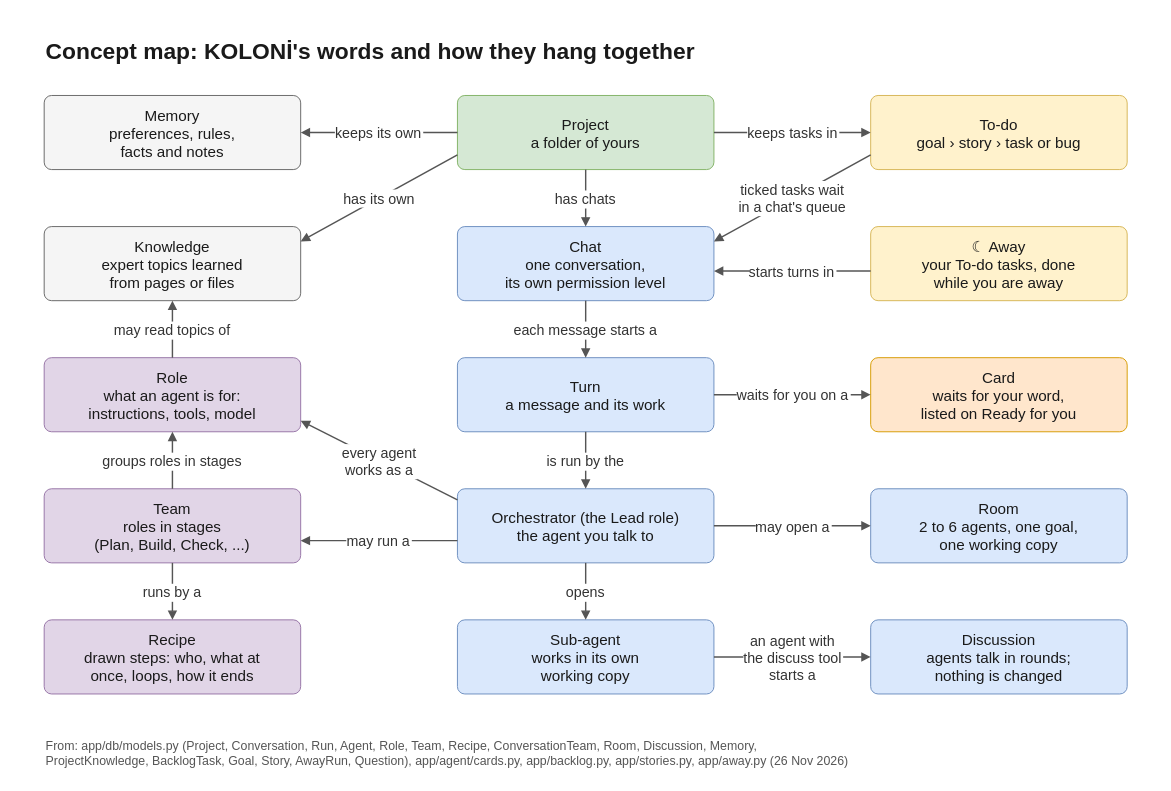
Above: docs/diagrams/concept-map.drawio in flyingriverhorse/Koloni (draw.io), before the change. Source tidied: cells renumbered, new cells numbered last; positions are measured from the earlier drawing's top-left corner, leaving out a move shared by most shapes. Both pictures are drawn from the tidied source at 95%, with x=0, y=0 at pixel (15, 15).
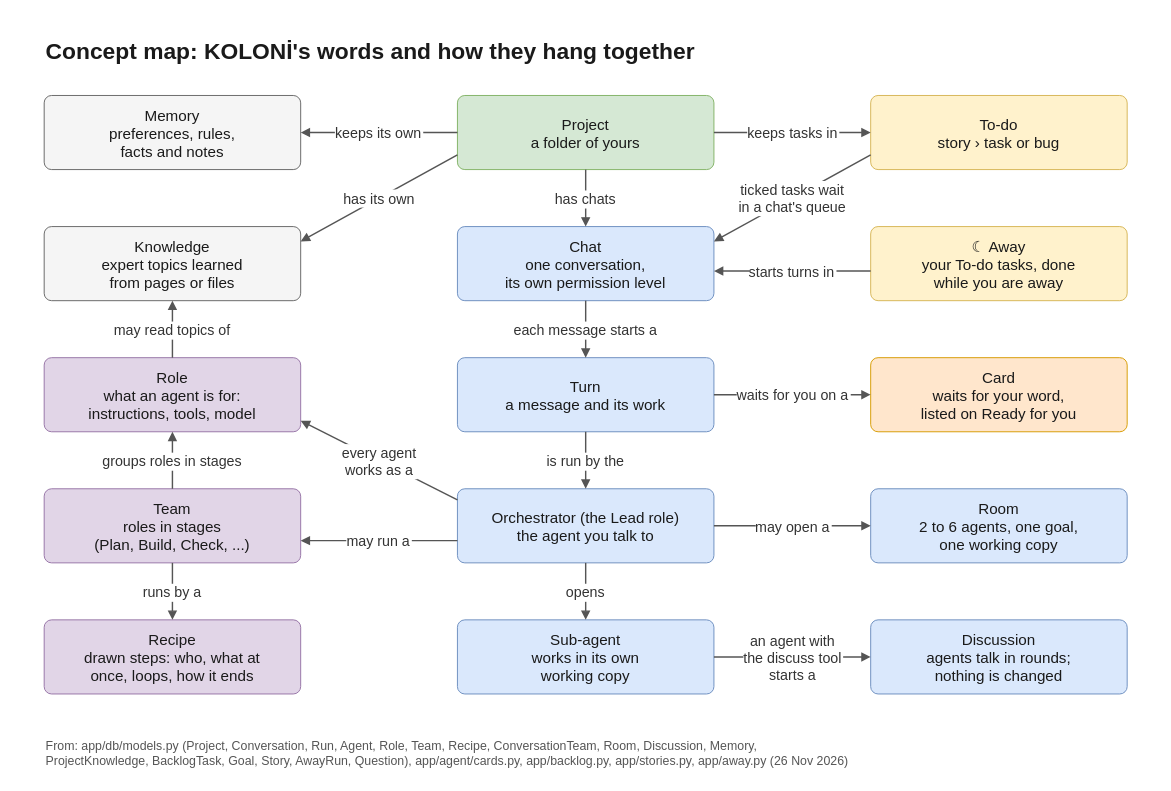
Above is the later version.

Commit message (it also covers changes not shown here):
docs(todo): the concept map and its alt texts say story › task or bug, no goal

Diff of the diagram source:
```diff
@@
-    <mxCell id="14" value="To-do&#10;goal › story › task or bug" style="rounded=1;arcSize=10;fillColor=#fff2cc;strokeColor=#d6b656;fontFamily=Helvetica;fontColor=#1a1a1a;fontSize=16;spacing=6;" parent="1" vertex="1">
+    <mxCell id="14" value="To-do&#10;story › task or bug" style="rounded=1;arcSize=10;fillColor=#fff2cc;strokeColor=#d6b656;fontFamily=Helvetica;fontColor=#1a1a1a;fontSize=16;spacing=6;" parent="1" vertex="1">
       <mxGeometry x="900" y="84" width="270" height="78" as="geometry" />
     </mxCell>
```
